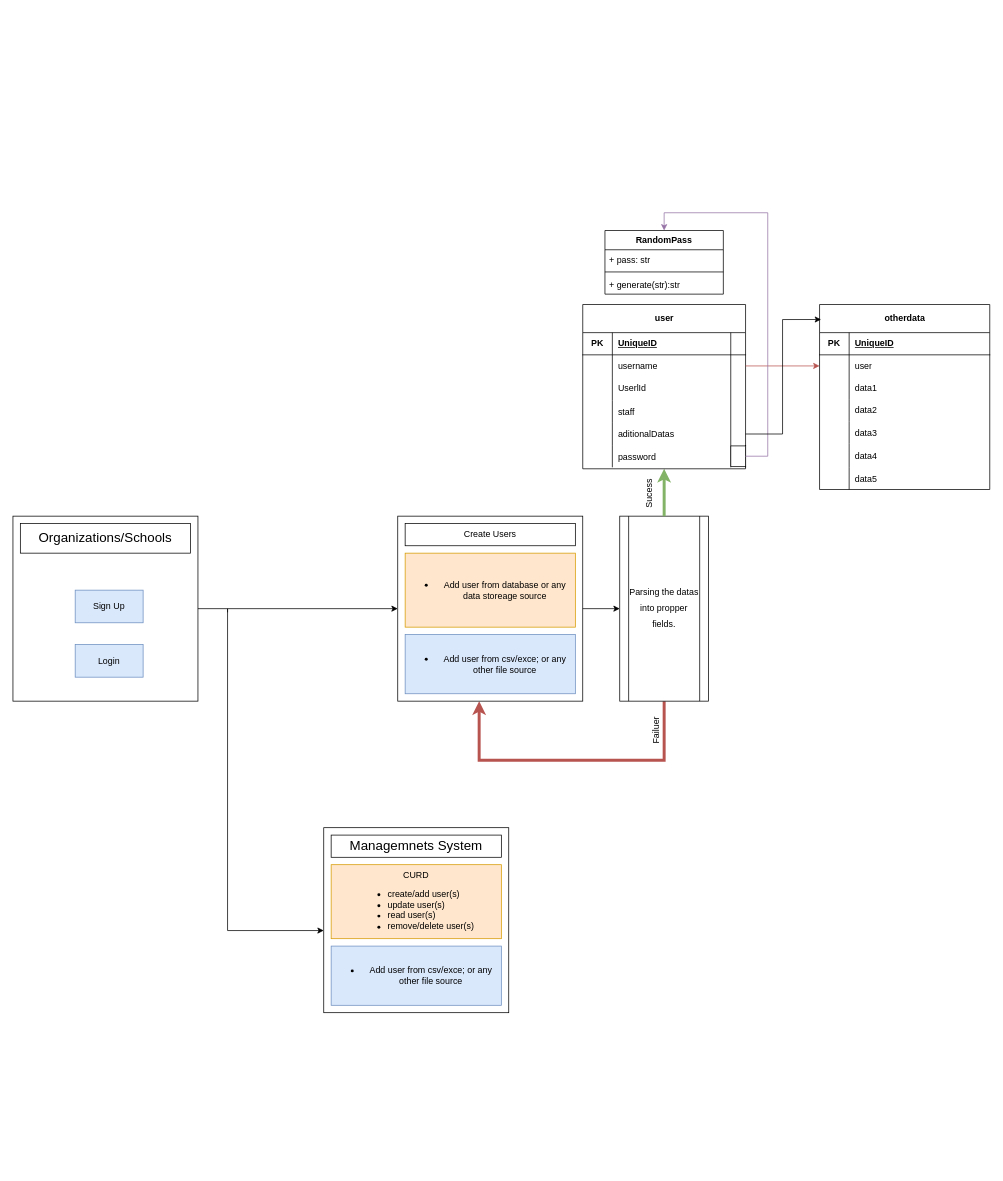
Above: design_images/Untitled Diagram.drawio in leyuskckiran1510/SMFS (draw.io), before the change. Source tidied: cells renumbered, new cells numbered last; positions are measured from the earlier drawing's top-left corner, leaving out a move shared by most shapes. Both pictures are drawn from the tidied source at 74%, with x=0, y=0 at pixel (13, 212).
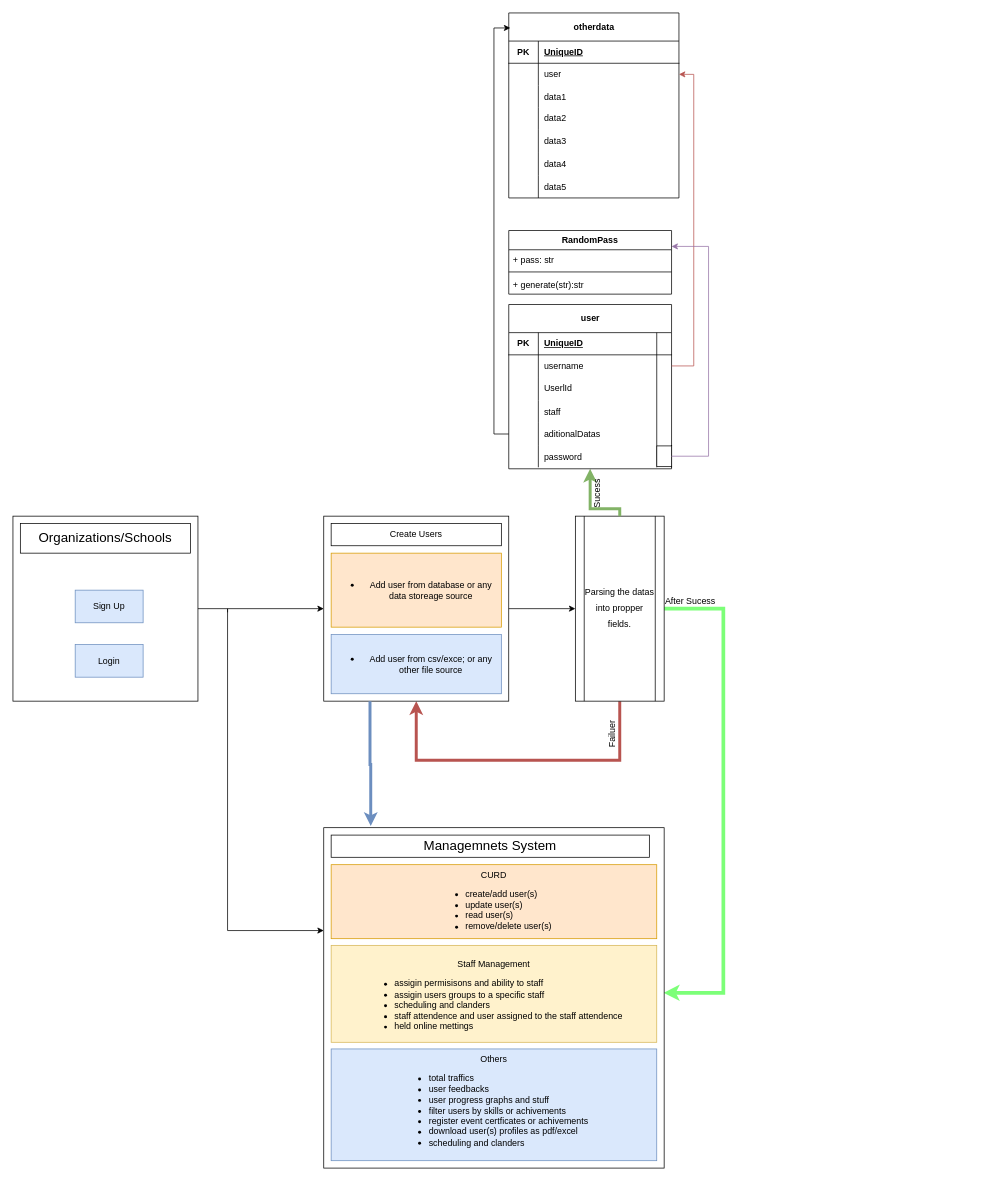
After the change.

Commit message:
basics setup

The change refers to these unchanged cells:
```xml
<mxCell id="11" value="&lt;br&gt;" style="whiteSpace=wrap;html=1;" parent="10" vertex="1">
  <mxGeometry width="250" height="250" as="geometry" />
</mxCell>
<mxCell id="22" style="shape=tableRow;horizontal=0;startSize=0;swimlaneHead=0;swimlaneBody=0;fillColor=none;points=[[0,0.5],[1,0.5]];portConstraint=eastwest;top=0;left=0;right=0;bottom=0;" parent="18" vertex="1">
  <mxGeometry y="68" width="220" height="30" as="geometry" />
</mxCell>
<mxCell id="31" style="shape=tableRow;horizontal=0;startSize=0;swimlaneHead=0;swimlaneBody=0;fillColor=none;points=[[0,0.5],[1,0.5]];portConstraint=eastwest;top=0;left=0;right=0;bottom=0;" parent="18" vertex="1">
  <mxGeometry y="160" width="220" height="30" as="geometry" />
</mxCell>
<mxCell id="34" style="shape=tableRow;horizontal=0;startSize=0;swimlaneHead=0;swimlaneBody=0;fillColor=none;points=[[0,0.5],[1,0.5]];portConstraint=eastwest;top=0;left=0;right=0;bottom=0;" parent="18" vertex="1">
  <mxGeometry y="190" width="220" height="30" as="geometry" />
</mxCell>
<mxCell id="42" style="shape=tableRow;horizontal=0;startSize=0;swimlaneHead=0;swimlaneBody=0;fillColor=none;points=[[0,0.5],[1,0.5]];portConstraint=eastwest;top=0;left=0;right=0;bottom=0;" parent="38" vertex="1">
  <mxGeometry y="68" width="230" height="30" as="geometry" />
</mxCell>
```

Change to the diagram source:
```diff
@@
-    <mxCell id="8" style="edgeStyle=orthogonalEdgeStyle;rounded=0;jettySize=auto;html=1;exitX=0.5;exitY=1;exitDx=0;exitDy=0;strokeWidth=4;fillColor=#f8cecc;strokeColor=#b85450;" parent="1" edge="1" source="9">
+    <mxCell id="8" style="edgeStyle=orthogonalEdgeStyle;rounded=0;jettySize=auto;html=1;exitX=0.5;exitY=1;exitDx=0;exitDy=0;strokeWidth=4;fillColor=#f8cecc;strokeColor=#b85450;entryX=0.5;entryY=1;entryDx=0;entryDy=0;" parent="1" edge="1" source="9" target="11">
       <mxGeometry relative="1" as="geometry">
-        <mxPoint x="630" y="660" as="targetPoint" />
         <Array as="points">
-          <mxPoint x="880" y="740" />
-          <mxPoint x="630" y="740" />
+          <mxPoint x="820" y="740" />
+          <mxPoint x="545" y="740" />
         </Array>
       </mxGeometry>
     </mxCell>
+    <mxCell id="77" style="edgeStyle=orthogonalEdgeStyle;rounded=0;jettySize=auto;html=1;exitX=1;exitY=0.5;exitDx=0;exitDy=0;entryX=0.998;entryY=0.485;entryDx=0;entryDy=0;entryPerimeter=0;strokeWidth=5;strokeColor=#7CFF78;" parent="1" edge="1" source="9" target="72">
+      <mxGeometry relative="1" as="geometry">
+        <Array as="points">
+          <mxPoint x="960" y="535" />
+          <mxPoint x="960" y="1054" />
+        </Array>
+      </mxGeometry>
+    </mxCell>
     <mxCell id="9" value="&lt;p style=&quot;line-height: 180%;&quot;&gt;Parsing the datas into propper fields.&lt;/p&gt;" style="shape=process;whiteSpace=wrap;html=1;backgroundOutline=1;" parent="1" vertex="1">
-      <mxGeometry x="820" y="410" width="120" height="250" as="geometry" />
+      <mxGeometry x="760" y="410" width="120" height="250" as="geometry" />
     </mxCell>
     <mxCell id="10" style="group;" parent="1" vertex="1">
-      <mxGeometry x="520" y="410" width="250" height="250" as="geometry" />
+      <mxGeometry x="420" y="410" width="250" height="250" as="geometry" />
     </mxCell>
@@
     <mxCell id="17" style="edgeStyle=orthogonalEdgeStyle;rounded=0;jettySize=auto;html=1;strokeWidth=4;fillColor=#d5e8d4;strokeColor=#82b366;" parent="1" edge="1" source="9" target="18">
-      <mxGeometry relative="1" as="geometry" />
+      <mxGeometry relative="1" as="geometry">
+        <Array as="points">
+          <mxPoint x="820" y="400" />
+          <mxPoint x="780" y="400" />
+        </Array>
+      </mxGeometry>
     </mxCell>
     <mxCell id="18" value="user" style="shape=table;startSize=38;childLayout=tableLayout;rowLines=0;fontStyle=1;align=center;html=1;enumerate=0;" parent="1" vertex="1">
-      <mxGeometry x="770" y="124" width="220" height="222" as="geometry" />
+      <mxGeometry x="670" y="124" width="220" height="222" as="geometry" />
     </mxCell>
@@
     <mxCell id="38" value="otherdata" style="shape=table;startSize=38;childLayout=tableLayout;rowLines=0;fontStyle=1;align=center;html=1;enumerate=0;" parent="1" vertex="1">
-      <mxGeometry x="1090" y="124" width="230" height="250" as="geometry" />
+      <mxGeometry x="670" y="-270" width="230" height="250" as="geometry" />
     </mxCell>
@@
-    <mxCell id="60" style="edgeStyle=orthogonalEdgeStyle;rounded=0;jettySize=auto;html=1;exitX=1;exitY=0.5;exitDx=0;exitDy=0;fillColor=#f8cecc;strokeColor=#b85450;" parent="1" edge="1" source="22" target="42">
+    <mxCell id="60" style="edgeStyle=orthogonalEdgeStyle;rounded=0;jettySize=auto;html=1;exitX=1;exitY=0.5;exitDx=0;exitDy=0;fillColor=#f8cecc;strokeColor=#b85450;entryX=1;entryY=0.5;entryDx=0;entryDy=0;" parent="1" edge="1" source="22" target="42">
       <mxGeometry relative="1" as="geometry" />
     </mxCell>
     <mxCell id="61" value="RandomPass" style="swimlane;fontStyle=1;align=center;verticalAlign=top;horizontal=1;startSize=26;whiteSpace=wrap;html=1;" parent="1" vertex="1">
-      <mxGeometry x="800" y="24" width="160" height="86" as="geometry" />
+      <mxGeometry x="670" y="24" width="220" height="86" as="geometry" />
     </mxCell>
     <mxCell id="62" value="+ pass: str" style="text;strokeColor=none;fillColor=none;align=left;verticalAlign=top;spacingLeft=4;spacingRight=4;overflow=hidden;whiteSpace=wrap;html=1;" parent="61" vertex="1">
-      <mxGeometry y="26" width="160" height="26" as="geometry" />
+      <mxGeometry y="26" width="220" height="26" as="geometry" />
     </mxCell>
     <mxCell id="63" style="line;strokeWidth=1;fillColor=none;align=left;verticalAlign=middle;spacingTop=-1;spacingLeft=3;spacingRight=3;labelPosition=right;strokeColor=inherit;" parent="61" vertex="1">
-      <mxGeometry y="52" width="160" height="8" as="geometry" />
+      <mxGeometry y="52" width="220" height="8" as="geometry" />
     </mxCell>
     <mxCell id="64" value="+ generate(str):str" style="text;strokeColor=none;fillColor=none;align=left;verticalAlign=top;spacingLeft=4;spacingRight=4;overflow=hidden;whiteSpace=wrap;html=1;" parent="61" vertex="1">
-      <mxGeometry y="60" width="160" height="26" as="geometry" />
+      <mxGeometry y="60" width="220" height="26" as="geometry" />
     </mxCell>
-    <mxCell id="65" style="edgeStyle=orthogonalEdgeStyle;rounded=0;jettySize=auto;html=1;exitX=1;exitY=0.5;exitDx=0;exitDy=0;fillColor=#e1d5e7;strokeColor=#9673a6;" parent="1" edge="1" source="34" target="61">
+    <mxCell id="65" style="edgeStyle=orthogonalEdgeStyle;rounded=0;jettySize=auto;html=1;exitX=1;exitY=0.5;exitDx=0;exitDy=0;fillColor=#e1d5e7;strokeColor=#9673a6;entryX=1;entryY=0.25;entryDx=0;entryDy=0;" parent="1" edge="1" source="34" target="61">
       <mxGeometry relative="1" as="geometry">
         <Array as="points">
-          <mxPoint x="1020" y="329" />
-          <mxPoint x="1020" />
-          <mxPoint x="880" />
+          <mxPoint x="940" y="329" />
+          <mxPoint x="940" y="45" />
         </Array>
       </mxGeometry>
     </mxCell>
-    <mxCell id="66" style="edgeStyle=orthogonalEdgeStyle;rounded=0;jettySize=auto;html=1;exitX=1;exitY=0.5;exitDx=0;exitDy=0;entryX=0.009;entryY=0.081;entryDx=0;entryDy=0;entryPerimeter=0;" parent="1" edge="1" source="31" target="38">
-      <mxGeometry relative="1" as="geometry" />
+    <mxCell id="66" style="edgeStyle=orthogonalEdgeStyle;rounded=0;jettySize=auto;html=1;entryX=0.009;entryY=0.081;entryDx=0;entryDy=0;entryPerimeter=0;" parent="1" edge="1" source="31" target="38">
+      <mxGeometry relative="1" as="geometry">
+        <Array as="points">
+          <mxPoint x="650" y="299" />
+          <mxPoint x="650" y="-250" />
+        </Array>
+      </mxGeometry>
     </mxCell>
     <mxCell id="67" value="Sucess" style="text;html=1;align=center;verticalAlign=middle;strokeColor=none;fillColor=none;rotation=-90;" parent="1" vertex="1">
-      <mxGeometry x="830" y="365" width="60" height="30" as="geometry" />
+      <mxGeometry x="760" y="365" width="60" height="30" as="geometry" />
     </mxCell>
     <mxCell id="68" value="Failuer" style="text;html=1;align=center;verticalAlign=middle;strokeColor=none;fillColor=none;rotation=-90;" parent="1" vertex="1">
-      <mxGeometry x="840" y="685" width="60" height="30" as="geometry" />
+      <mxGeometry x="780" y="690" width="60" height="30" as="geometry" />
     </mxCell>
@@
-    <mxCell id="71" style="group;" parent="1" vertex="1">
-      <mxGeometry x="420" y="831" width="250" height="250" as="geometry" />
+    <mxCell id="71" style="group;verticalAlign=top;" parent="1" vertex="1">
+      <mxGeometry x="420" y="831" width="460" height="460" as="geometry" />
     </mxCell>
     <mxCell id="72" value="&lt;br&gt;" style="whiteSpace=wrap;html=1;" parent="71" vertex="1">
-      <mxGeometry width="250" height="250" as="geometry" />
+      <mxGeometry width="460" height="460" as="geometry" />
     </mxCell>
     <mxCell id="73" value="&lt;font style=&quot;font-size: 18px;&quot;&gt;Managemnets System&lt;/font&gt;" style="rounded=0;whiteSpace=wrap;html=1;" parent="71" vertex="1">
-      <mxGeometry x="10" y="10" width="230" height="30" as="geometry" />
+      <mxGeometry x="10" y="10" width="430" height="30" as="geometry" />
     </mxCell>
     <mxCell id="74" value="CURD&lt;br&gt;&lt;ul&gt;&lt;li style=&quot;text-align: left;&quot;&gt;create/add user(s)&lt;/li&gt;&lt;li style=&quot;text-align: left;&quot;&gt;update user(s)&lt;/li&gt;&lt;li style=&quot;text-align: left;&quot;&gt;read user(s)&amp;nbsp;&lt;/li&gt;&lt;li style=&quot;text-align: left;&quot;&gt;remove/delete user(s)&lt;/li&gt;&lt;/ul&gt;" style="rounded=0;whiteSpace=wrap;html=1;fillColor=#ffe6cc;strokeColor=#d79b00;verticalAlign=top;" parent="71" vertex="1">
-      <mxGeometry x="10" y="50" width="230" height="100" as="geometry" />
+      <mxGeometry x="10" y="50" width="440" height="100" as="geometry" />
     </mxCell>
-    <mxCell id="75" value="&lt;ul&gt;&lt;li&gt;Add user from csv/exce; or any other file source&lt;/li&gt;&lt;/ul&gt;" style="rounded=0;whiteSpace=wrap;html=1;fillColor=#dae8fc;strokeColor=#6c8ebf;" parent="71" vertex="1">
-      <mxGeometry x="10" y="160" width="230" height="80" as="geometry" />
+    <mxCell id="75" value="Others&lt;br&gt;&lt;ul&gt;&lt;li style=&quot;text-align: left;&quot;&gt;total traffics&lt;/li&gt;&lt;li style=&quot;text-align: left;&quot;&gt;user feedbacks&lt;/li&gt;&lt;li style=&quot;text-align: left;&quot;&gt;user progress graphs and stuff&lt;/li&gt;&lt;li style=&quot;text-align: left;&quot;&gt;filter users by skills or achivements&lt;/li&gt;&lt;li style=&quot;text-align: left;&quot;&gt;register event certficates or achivements&lt;/li&gt;&lt;li style=&quot;text-align: left;&quot;&gt;download user(s) profiles as pdf/excel&lt;/li&gt;&lt;li style=&quot;border-color: var(--border-color); text-align: left;&quot;&gt;scheduling and clanders&lt;/li&gt;&lt;/ul&gt;" style="rounded=0;whiteSpace=wrap;html=1;fillColor=#dae8fc;strokeColor=#6c8ebf;verticalAlign=top;" parent="71" vertex="1">
+      <mxGeometry x="10" y="299" width="440" height="151" as="geometry" />
     </mxCell>
@@
+    <mxCell id="78" value="&lt;p&gt;Staff Management&lt;/p&gt;&lt;p&gt;&lt;/p&gt;&lt;ul&gt;&lt;li style=&quot;text-align: left;&quot;&gt;assigin permisisons and ability to staff&lt;/li&gt;&lt;li style=&quot;text-align: left;&quot;&gt;assigin users groups to a specific staff&lt;/li&gt;&lt;li style=&quot;text-align: left;&quot;&gt;scheduling and clanders&lt;/li&gt;&lt;li style=&quot;text-align: left;&quot;&gt;staff attendence and user assigned to the staff attendence&lt;/li&gt;&lt;li style=&quot;text-align: left;&quot;&gt;held online mettings&lt;/li&gt;&lt;/ul&gt;&lt;p&gt;&lt;/p&gt;" style="rounded=0;whiteSpace=wrap;html=1;fillColor=#fff2cc;strokeColor=#d6b656;verticalAlign=top;" parent="71" vertex="1">
+      <mxGeometry x="10" y="159" width="440" height="131" as="geometry" />
+    </mxCell>
+    <mxCell id="79" value="After Sucess" style="text;html=1;align=center;verticalAlign=middle;strokeColor=none;fillColor=none;" parent="1" vertex="1">
+      <mxGeometry x="870" y="510" width="90" height="30" as="geometry" />
+    </mxCell>
+    <mxCell id="80" style="edgeStyle=orthogonalEdgeStyle;rounded=0;jettySize=auto;html=1;exitX=0.25;exitY=1;exitDx=0;exitDy=0;entryX=0.138;entryY=-0.005;entryDx=0;entryDy=0;entryPerimeter=0;strokeWidth=4;fillColor=#dae8fc;strokeColor=#6c8ebf;" parent="1" edge="1" source="11" target="72">
+      <mxGeometry relative="1" as="geometry" />
+    </mxCell>
```
